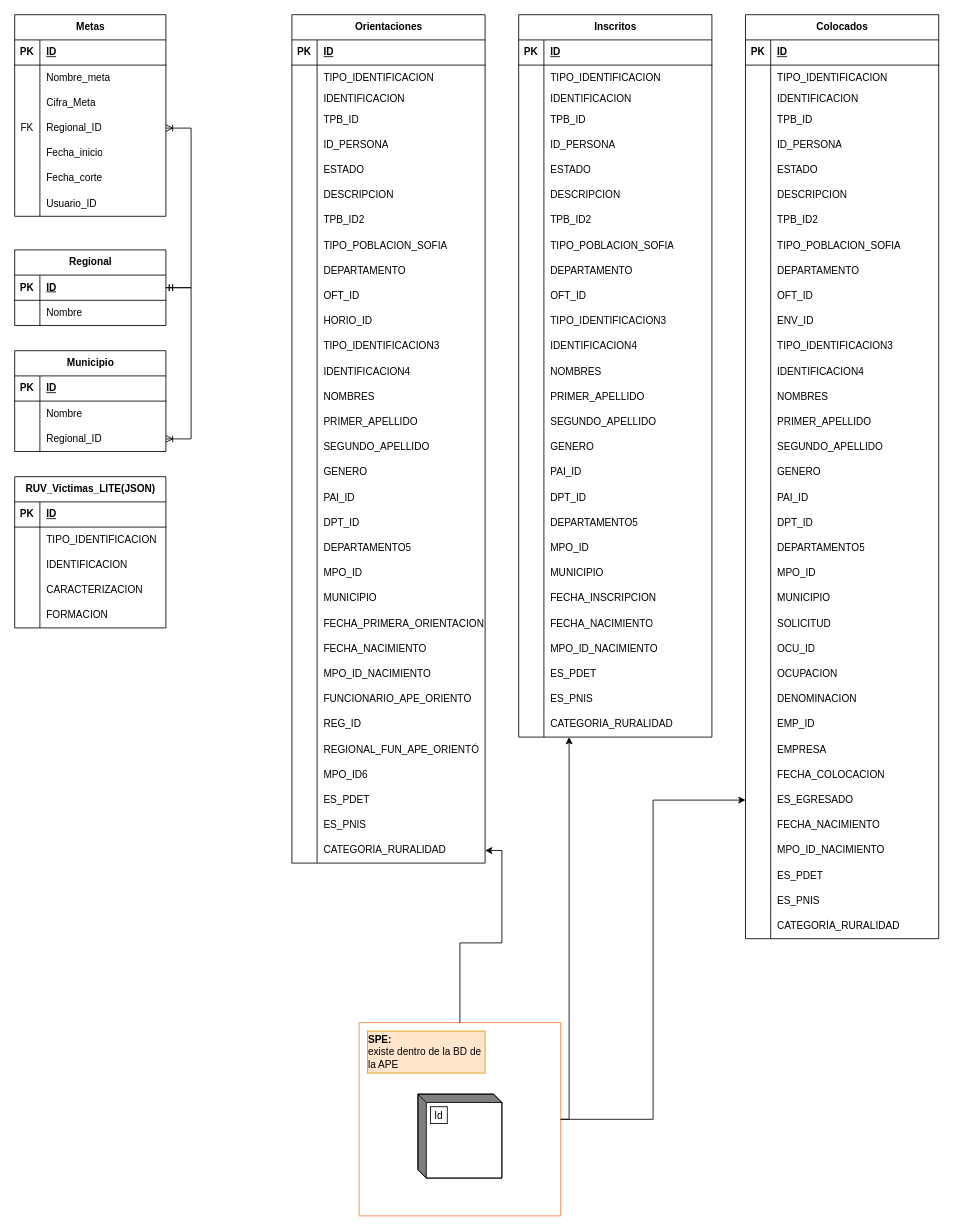
nrb3098/ProyectoVictimasAPE keeps this draw.io diagram as Diagrama sin título.drawio. Above is the earlier version. Source tidied: cells renumbered, new cells numbered last; positions are measured from the earlier drawing's top-left corner, leaving out a move shared by most shapes. Both pictures are drawn from the tidied source at 84%, with x=0, y=0 at pixel (14, 14).
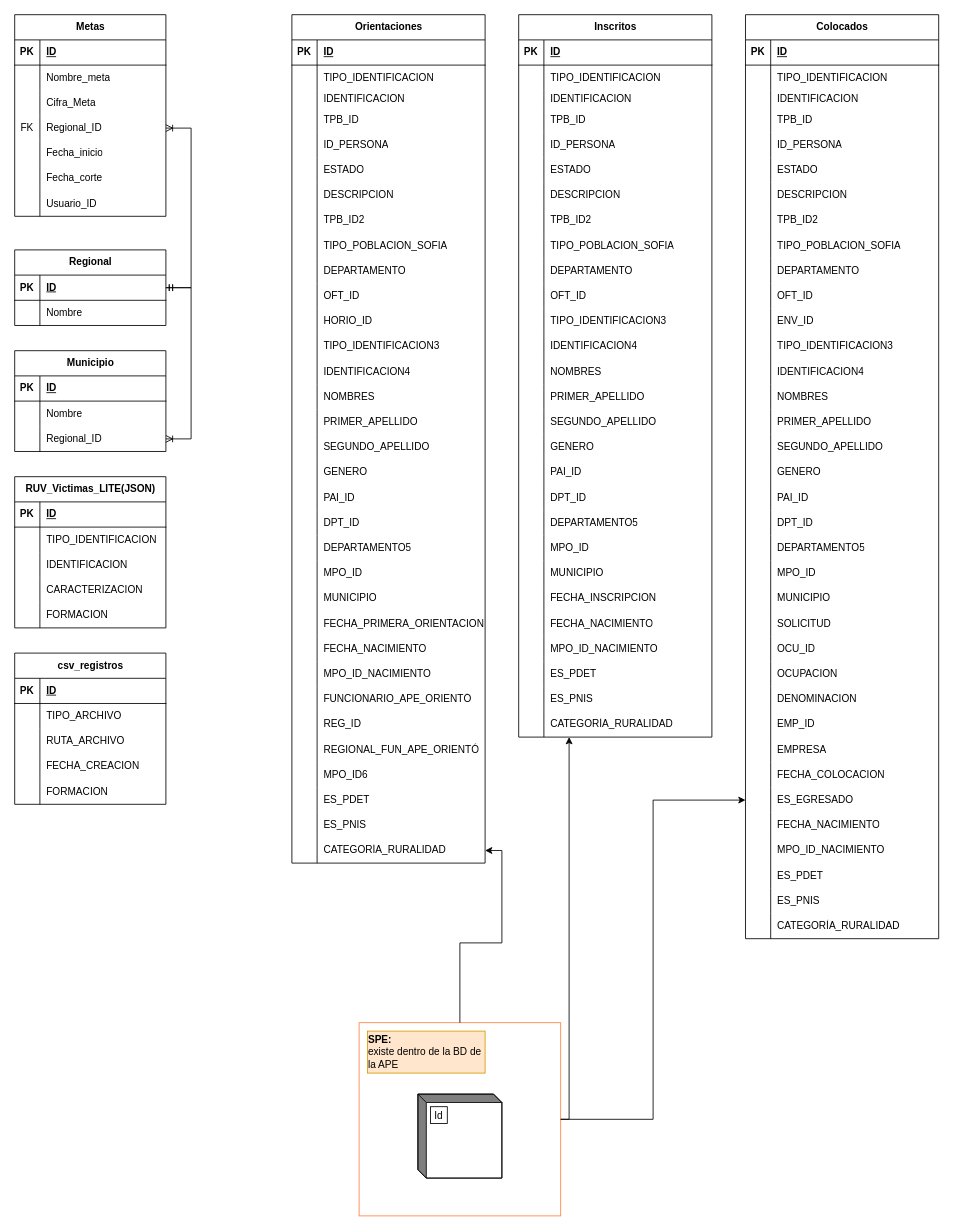
Above is the later version.

Commit message:
Actualizar Diagrama Entidad-ralación.drawio

The edit, as a diff of the source:
```diff
@@
+    <mxCell id="361" value="csv_registros" style="shape=table;startSize=30;childLayout=tableLayout;rowLines=0;fontStyle=1;align=center;html=1;" parent="1" vertex="1">
+      <mxGeometry y="760" width="180" height="180" as="geometry" />
+    </mxCell>
+    <mxCell id="362" style="shape=tableRow;horizontal=0;startSize=0;swimlaneHead=0;swimlaneBody=0;fillColor=none;top=0;left=0;right=0;bottom=1;" parent="361" vertex="1">
+      <mxGeometry y="30" width="180" height="30" as="geometry" />
+    </mxCell>
+    <mxCell id="363" value="PK" style="shape=partialRectangle;fillColor=none;top=0;left=0;bottom=0;right=0;fontStyle=1;overflow=hidden;whiteSpace=wrap;html=1;" parent="362" vertex="1">
+      <mxGeometry width="30" height="30" as="geometry" />
+    </mxCell>
+    <mxCell id="364" value="ID" style="shape=partialRectangle;fillColor=none;top=0;left=0;bottom=0;right=0;align=left;spacingLeft=6;fontStyle=5;overflow=hidden;whiteSpace=wrap;html=1;" parent="362" vertex="1">
+      <mxGeometry x="30" width="150" height="30" as="geometry" />
+    </mxCell>
+    <mxCell id="365" style="shape=tableRow;horizontal=0;startSize=0;swimlaneHead=0;swimlaneBody=0;fillColor=none;top=0;left=0;right=0;bottom=0;" parent="361" vertex="1">
+      <mxGeometry y="60" width="180" height="30" as="geometry" />
+    </mxCell>
+    <mxCell id="366" style="shape=partialRectangle;fillColor=none;top=0;left=0;bottom=0;right=0;overflow=hidden;whiteSpace=wrap;html=1;" parent="365" vertex="1">
+      <mxGeometry width="30" height="30" as="geometry" />
+    </mxCell>
+    <mxCell id="367" value="TIPO_ARCHIVO" style="shape=partialRectangle;fillColor=none;top=0;left=0;bottom=0;right=0;align=left;spacingLeft=6;overflow=hidden;whiteSpace=wrap;html=1;" parent="365" vertex="1">
+      <mxGeometry x="30" width="150" height="30" as="geometry" />
+    </mxCell>
+    <mxCell id="368" style="shape=tableRow;horizontal=0;startSize=0;swimlaneHead=0;swimlaneBody=0;fillColor=none;top=0;left=0;right=0;bottom=0;" parent="361" vertex="1">
+      <mxGeometry y="90" width="180" height="30" as="geometry" />
+    </mxCell>
+    <mxCell id="369" style="shape=partialRectangle;fillColor=none;top=0;left=0;bottom=0;right=0;overflow=hidden;whiteSpace=wrap;html=1;" parent="368" vertex="1">
+      <mxGeometry width="30" height="30" as="geometry" />
+    </mxCell>
+    <mxCell id="370" value="RUTA_ARCHIVO" style="shape=partialRectangle;fillColor=none;top=0;left=0;bottom=0;right=0;align=left;spacingLeft=6;overflow=hidden;whiteSpace=wrap;html=1;" parent="368" vertex="1">
+      <mxGeometry x="30" width="150" height="30" as="geometry" />
+    </mxCell>
+    <mxCell id="371" style="shape=tableRow;horizontal=0;startSize=0;swimlaneHead=0;swimlaneBody=0;fillColor=none;top=0;left=0;right=0;bottom=0;" parent="361" vertex="1">
+      <mxGeometry y="120" width="180" height="30" as="geometry" />
+    </mxCell>
+    <mxCell id="372" style="shape=partialRectangle;fillColor=none;top=0;left=0;bottom=0;right=0;overflow=hidden;whiteSpace=wrap;html=1;" parent="371" vertex="1">
+      <mxGeometry width="30" height="30" as="geometry" />
+    </mxCell>
+    <mxCell id="373" value="FECHA_CREACION" style="shape=partialRectangle;fillColor=none;top=0;left=0;bottom=0;right=0;align=left;spacingLeft=6;overflow=hidden;whiteSpace=wrap;html=1;" parent="371" vertex="1">
+      <mxGeometry x="30" width="150" height="30" as="geometry" />
+    </mxCell>
+    <mxCell id="374" style="shape=tableRow;horizontal=0;startSize=0;swimlaneHead=0;swimlaneBody=0;fillColor=none;top=0;left=0;right=0;bottom=0;" parent="361" vertex="1">
+      <mxGeometry y="150" width="180" height="30" as="geometry" />
+    </mxCell>
+    <mxCell id="375" style="shape=partialRectangle;fillColor=none;top=0;left=0;bottom=0;right=0;overflow=hidden;whiteSpace=wrap;html=1;" parent="374" vertex="1">
+      <mxGeometry width="30" height="30" as="geometry" />
+    </mxCell>
+    <mxCell id="376" value="FORMACION" style="shape=partialRectangle;fillColor=none;top=0;left=0;bottom=0;right=0;align=left;spacingLeft=6;overflow=hidden;whiteSpace=wrap;html=1;" parent="374" vertex="1">
+      <mxGeometry x="30" width="150" height="30" as="geometry" />
+    </mxCell>
```
